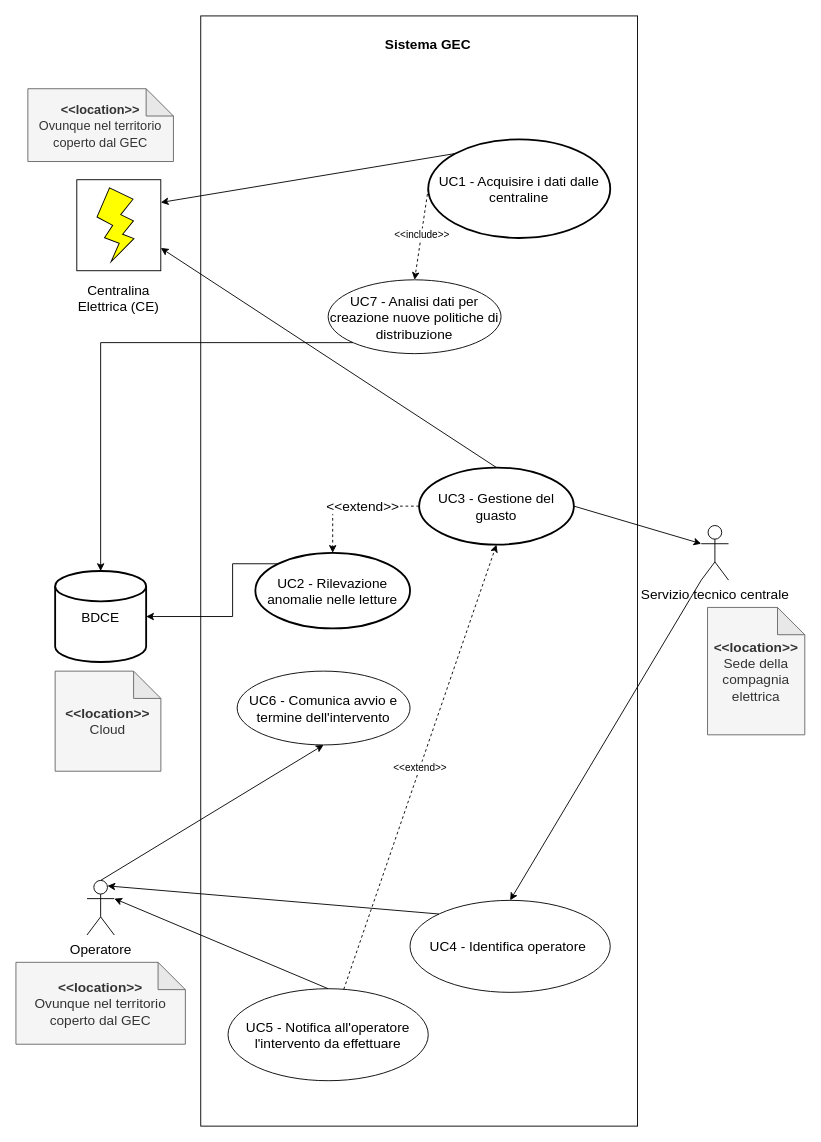
This is use_cases_diagram.drawio from mbeccari856608/architetturasw2024, a draw.io file, before an edit. Source tidied: cells renumbered, new cells numbered last; positions are measured from the earlier drawing's top-left corner, leaving out a move shared by most shapes. Both pictures are drawn from the tidied source at 91%, with x=0, y=0 at pixel (15, 15).
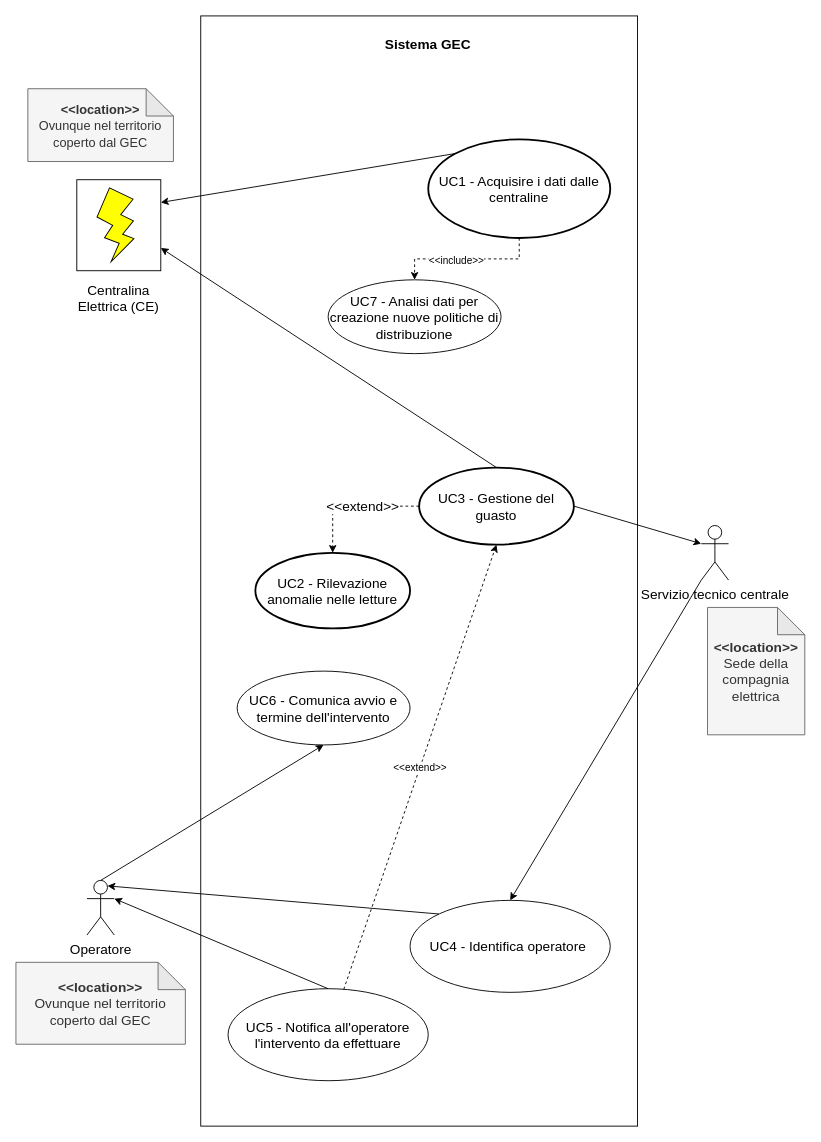
The same page after the edit.

Unchanged cells that the change refers to:
```xml
<mxCell id="3" style="group;" parent="1" vertex="1">
  <mxGeometry x="213.1" width="480" height="1220" as="geometry" />
</mxCell>
<mxCell id="6" value="UC1 - Acquisire i dati dalle centraline" style="strokeWidth=2;html=1;shape=mxgraph.flowchart.start_2;whiteSpace=wrap;fontSize=15;" parent="3" vertex="1">
  <mxGeometry x="240" y="135.6" width="200" height="108.4" as="geometry" />
</mxCell>
<mxCell id="7" value="UC2 - Rilevazione anomalie nelle letture" style="strokeWidth=2;html=1;shape=mxgraph.flowchart.start_2;whiteSpace=wrap;fontSize=15;" parent="3" vertex="1">
  <mxGeometry x="50" y="590" width="170" height="83.1" as="geometry" />
</mxCell>
<mxCell id="15" value="UC7 - Analisi dati per creazione nuove politiche di distribuzione" style="ellipse;whiteSpace=wrap;html=1;strokeColor=#000000;fontSize=15;fillColor=#FFFFFF;" parent="3" vertex="1">
  <mxGeometry x="130" y="290" width="190" height="81.1" as="geometry" />
</mxCell>
```

The edit, as a diff of the source:
```diff
@@
-    <mxCell id="2" value="BDCE" style="strokeWidth=2;html=1;shape=mxgraph.flowchart.database;whiteSpace=wrap;fontSize=15;" parent="1" vertex="1">
-      <mxGeometry x="43.1" y="610" width="100" height="100" as="geometry" />
-    </mxCell>
@@
+    <mxCell id="37" style="edgeStyle=orthogonalEdgeStyle;rounded=0;jettySize=auto;html=1;exitX=0.5;exitY=1;exitDx=0;exitDy=0;exitPerimeter=0;dashed=1;" parent="3" edge="1" source="6" target="15">
+      <mxGeometry relative="1" as="geometry" />
+    </mxCell>
+    <mxCell id="16" value="&amp;lt;&amp;lt;include&amp;gt;&amp;gt;" style="edgeLabel;html=1;align=center;verticalAlign=middle;" parent="37" vertex="1">
+      <mxGeometry x="0.15" y="1" relative="1" as="geometry" />
+    </mxCell>
@@
-    <mxCell id="16" value="&amp;lt;&amp;lt;include&amp;gt;&amp;gt;" style="endArrow=classic;html=1;rounded=0;exitX=0;exitY=0.5;exitDx=0;exitDy=0;exitPerimeter=0;entryX=0.5;entryY=0;entryDx=0;entryDy=0;dashed=1;" parent="3" edge="1" source="6" target="15">
-      <mxGeometry relative="1" as="geometry" />
-    </mxCell>
@@
-    <mxCell id="22" style="edgeStyle=orthogonalEdgeStyle;rounded=0;jettySize=auto;html=1;fontSize=15;exitX=0.145;exitY=0.145;exitDx=0;exitDy=0;exitPerimeter=0;" parent="1" edge="1" source="7" target="2">
-      <mxGeometry relative="1" as="geometry">
-        <Array as="points">
-          <mxPoint x="238.1" y="660" />
-        </Array>
-      </mxGeometry>
-    </mxCell>
@@
-    <mxCell id="24" value="&lt;b&gt;&amp;lt;&amp;lt;location&amp;gt;&amp;gt;&lt;br&gt;&lt;/b&gt;Cloud" style="shape=note;whiteSpace=wrap;html=1;backgroundOutline=1;darkOpacity=0.05;strokeColor=#666666;fontSize=15;fillColor=#f5f5f5;fontColor=#333333;" parent="1" vertex="1">
-      <mxGeometry x="43.1" y="720" width="116.2" height="110" as="geometry" />
-    </mxCell>
@@
-    <mxCell id="36" style="edgeStyle=orthogonalEdgeStyle;rounded=0;jettySize=auto;html=1;exitX=0;exitY=1;exitDx=0;exitDy=0;entryX=0.5;entryY=0;entryDx=0;entryDy=0;entryPerimeter=0;" parent="1" edge="1" source="15" target="2">
-      <mxGeometry relative="1" as="geometry">
-        <Array as="points">
-          <mxPoint x="93" y="359" />
-        </Array>
-      </mxGeometry>
-    </mxCell>
```
